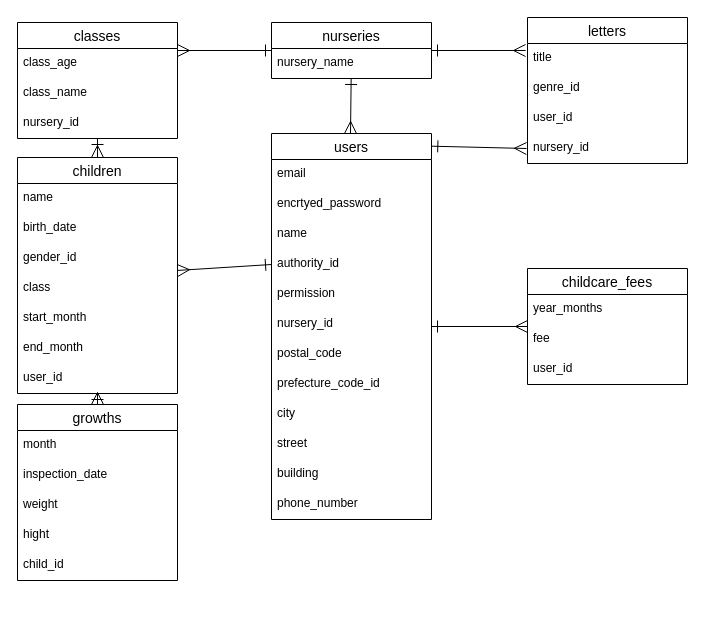
Before: ER.dio in moe20200404/tsumiki-note, a draw.io diagram. Source tidied: cells renumbered, new cells numbered last; positions are measured from the earlier drawing's top-left corner, leaving out a move shared by most shapes. Both pictures are drawn from the tidied source at 100%, with x=0, y=0 at pixel (17, 17).
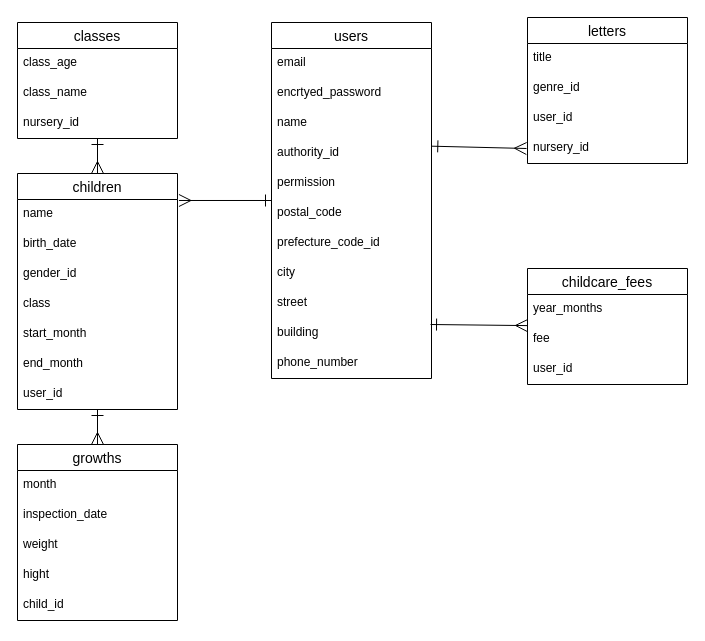
Above is the later version.

Unchanged cells that the change refers to:
```xml
<mxCell id="9" value="authority_id" style="text;strokeColor=none;fillColor=none;spacingLeft=4;spacingRight=4;overflow=hidden;points=[[0,0.5],[1,0.5]];portConstraint=eastwest;fontSize=12;" parent="5" vertex="1">
  <mxGeometry y="116" width="160" height="30" as="geometry" />
</mxCell>
<mxCell id="21" value="title" style="text;strokeColor=none;fillColor=none;spacingLeft=4;spacingRight=4;overflow=hidden;points=[[0,0.5],[1,0.5]];portConstraint=eastwest;fontSize=12;" parent="20" vertex="1">
  <mxGeometry y="26" width="160" height="30" as="geometry" />
</mxCell>
<mxCell id="26" value="name" style="text;strokeColor=none;fillColor=none;spacingLeft=4;spacingRight=4;overflow=hidden;points=[[0,0.5],[1,0.5]];portConstraint=eastwest;fontSize=12;" parent="25" vertex="1">
  <mxGeometry y="26" width="160" height="30" as="geometry" />
</mxCell>
<mxCell id="39" value="childcare_fees" style="swimlane;fontStyle=0;horizontal=1;startSize=26;align=center;fontSize=14;" parent="1" vertex="1">
  <mxGeometry x="510" y="251" width="160" height="116" as="geometry" />
</mxCell>
```

The edit, as a diff of the source:
```diff
@@
-    <mxCell id="2" value="nurseries" style="swimlane;fontStyle=0;horizontal=1;startSize=26;align=center;fontSize=14;" parent="1" vertex="1">
-      <mxGeometry x="254" y="5" width="160" height="56" as="geometry" />
-    </mxCell>
-    <mxCell id="3" value="nursery_name" style="text;strokeColor=none;fillColor=none;spacingLeft=4;spacingRight=4;overflow=hidden;fontSize=12;" parent="2" vertex="1">
-      <mxGeometry y="26" width="160" height="30" as="geometry" />
-    </mxCell>
-    <mxCell id="4" style="edgeStyle=none;html=1;startArrow=ERmany;startFill=0;endArrow=ERone;endFill=0;endSize=10;startSize=10;" parent="1" edge="1" target="2">
-      <mxGeometry relative="1" as="geometry">
-        <mxPoint x="333" y="116" as="sourcePoint" />
-      </mxGeometry>
-    </mxCell>
     <mxCell id="5" value="users" style="swimlane;fontStyle=0;horizontal=1;startSize=26;align=center;fontSize=14;" parent="1" vertex="1">
-      <mxGeometry x="254" y="116" width="160" height="386" as="geometry" />
+      <mxGeometry x="254" y="5" width="160" height="356" as="geometry" />
     </mxCell>
@@
-    <mxCell id="11" value="nursery_id" style="text;strokeColor=none;fillColor=none;spacingLeft=4;spacingRight=4;overflow=hidden;fontSize=12;" parent="5" vertex="1">
-      <mxGeometry y="176" width="160" height="30" as="geometry" />
-    </mxCell>
     <mxCell id="12" value="postal_code" style="text;strokeColor=none;fillColor=none;spacingLeft=4;spacingRight=4;overflow=hidden;points=[[0,0.5],[1,0.5]];portConstraint=eastwest;fontSize=12;" parent="5" vertex="1">
-      <mxGeometry y="206" width="160" height="30" as="geometry" />
+      <mxGeometry y="176" width="160" height="30" as="geometry" />
     </mxCell>
     <mxCell id="13" value="prefecture_code_id" style="text;strokeColor=none;fillColor=none;spacingLeft=4;spacingRight=4;overflow=hidden;fontSize=12;" parent="5" vertex="1">
-      <mxGeometry y="236" width="160" height="30" as="geometry" />
+      <mxGeometry y="206" width="160" height="30" as="geometry" />
     </mxCell>
     <mxCell id="14" value="city" style="text;strokeColor=none;fillColor=none;spacingLeft=4;spacingRight=4;overflow=hidden;fontSize=12;" parent="5" vertex="1">
-      <mxGeometry y="266" width="160" height="30" as="geometry" />
+      <mxGeometry y="236" width="160" height="30" as="geometry" />
     </mxCell>
     <mxCell id="15" value="street" style="text;strokeColor=none;fillColor=none;spacingLeft=4;spacingRight=4;overflow=hidden;fontSize=12;" parent="5" vertex="1">
-      <mxGeometry y="296" width="160" height="30" as="geometry" />
+      <mxGeometry y="266" width="160" height="30" as="geometry" />
     </mxCell>
     <mxCell id="16" value="building" style="text;strokeColor=none;fillColor=none;spacingLeft=4;spacingRight=4;overflow=hidden;points=[[0,0.5],[1,0.5]];portConstraint=eastwest;fontSize=12;" parent="5" vertex="1">
-      <mxGeometry y="326" width="160" height="30" as="geometry" />
+      <mxGeometry y="296" width="160" height="30" as="geometry" />
     </mxCell>
     <mxCell id="17" value="phone_number" style="text;strokeColor=none;fillColor=none;spacingLeft=4;spacingRight=4;overflow=hidden;fontSize=12;" parent="5" vertex="1">
-      <mxGeometry y="356" width="160" height="30" as="geometry" />
+      <mxGeometry y="326" width="160" height="30" as="geometry" />
     </mxCell>
@@
     <mxCell id="25" value="children" style="swimlane;fontStyle=0;horizontal=1;startSize=26;align=center;fontSize=14;" parent="1" vertex="1">
-      <mxGeometry y="140" width="160" height="236" as="geometry" />
+      <mxGeometry y="156" width="160" height="236" as="geometry" />
     </mxCell>
@@
     <mxCell id="33" value="growths" style="swimlane;fontStyle=0;horizontal=1;startSize=26;align=center;fontSize=14;" parent="1" vertex="1">
-      <mxGeometry y="387" width="160" height="176" as="geometry" />
+      <mxGeometry y="427" width="160" height="176" as="geometry" />
     </mxCell>
@@
-    <mxCell id="43" style="endArrow=ERone;html=1;rounded=0;startArrow=ERmany;startFill=0;endSize=10;startSize=10;endFill=0;entryX=0;entryY=0.5;entryDx=0;entryDy=0;" parent="1" edge="1" source="25" target="9">
+    <mxCell id="43" style="endArrow=ERone;html=1;rounded=0;startArrow=ERmany;startFill=0;endSize=10;startSize=10;endFill=0;exitX=1.009;exitY=0.033;exitDx=0;exitDy=0;exitPerimeter=0;" parent="1" edge="1" source="26" target="5">
       <mxGeometry relative="1" as="geometry" />
     </mxCell>
@@
-    <mxCell id="45" style="endArrow=ERone;html=1;rounded=0;endSize=10;startSize=10;startArrow=ERmany;startFill=0;endFill=0;exitX=-0.012;exitY=0.233;exitDx=0;exitDy=0;exitPerimeter=0;" parent="1" edge="1" source="21" target="2">
-      <mxGeometry relative="1" as="geometry" />
-    </mxCell>
@@
-    <mxCell id="51" style="edgeStyle=none;html=1;startArrow=ERmany;startFill=0;endArrow=ERone;endFill=0;startSize=10;endSize=10;" parent="1" edge="1" target="2">
-      <mxGeometry relative="1" as="geometry">
-        <mxPoint x="160" y="33" as="sourcePoint" />
-      </mxGeometry>
-    </mxCell>
@@
-    <mxCell id="53" style="edgeStyle=none;html=1;startArrow=ERone;startFill=0;endArrow=ERmany;endFill=0;startSize=10;endSize=10;" parent="1" edge="1" source="5" target="39">
+    <mxCell id="53" style="edgeStyle=none;html=1;startArrow=ERone;startFill=0;endArrow=ERmany;endFill=0;startSize=10;endSize=10;exitX=0.994;exitY=0.2;exitDx=0;exitDy=0;exitPerimeter=0;" parent="1" edge="1" source="16" target="39">
       <mxGeometry relative="1" as="geometry" />
     </mxCell>
```
